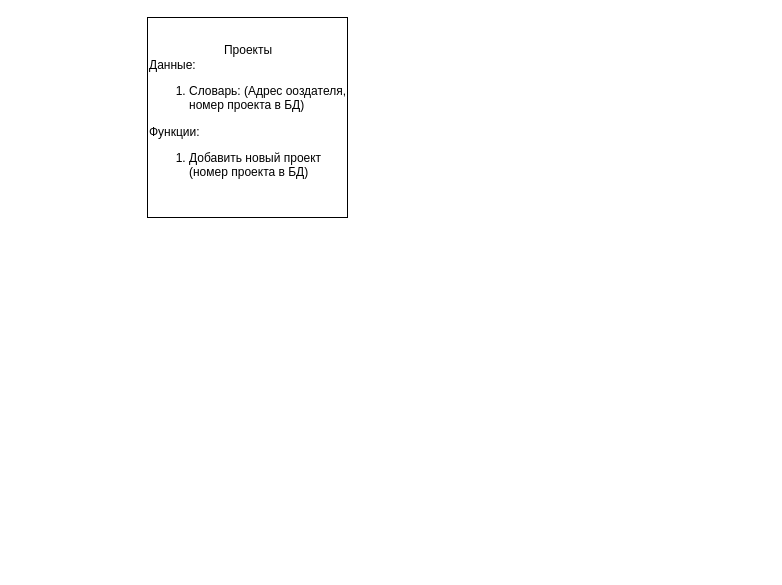
Above: Схема/СхемаСмарт-контракты.drawio in VavilonBase/blockchain_crowdfunding (draw.io), before the change. Source tidied: cells renumbered, new cells numbered last; positions are measured from the earlier drawing's top-left corner, leaving out a move shared by most shapes. Both pictures are drawn from the tidied source at 100%, with x=0, y=0 at pixel (147, 17).
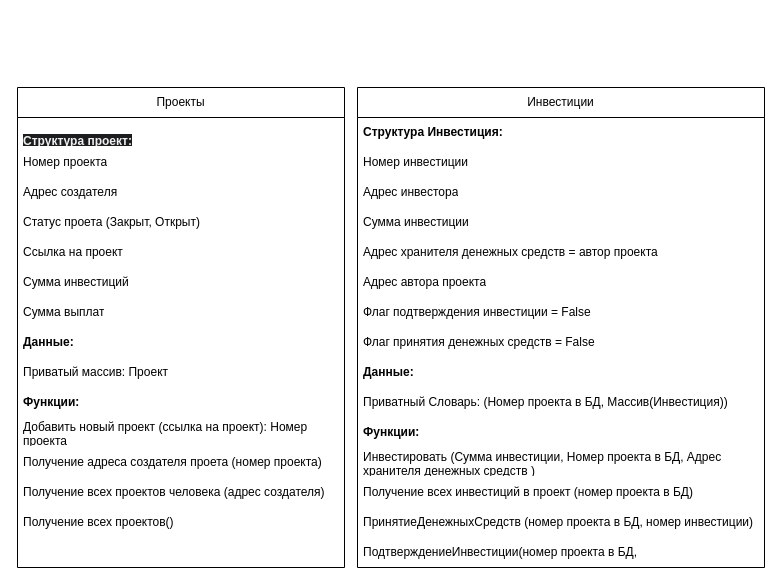
The same diagram, later.

Commit message:
Поправил схему со смарт-контрактами Добавил схему с взаимодействием

What changed in the source:
```diff
@@
-    <mxCell id="2" value="&lt;div style=&quot;text-align: center;&quot;&gt;&lt;span style=&quot;background-color: initial;&quot;&gt;Проекты&lt;/span&gt;&lt;/div&gt;&lt;div style=&quot;&quot;&gt;&lt;span style=&quot;background-color: initial;&quot;&gt;Данные:&lt;/span&gt;&lt;/div&gt;&lt;ol&gt;&lt;li&gt;Словарь: (Адрес ооздателя, номер проекта в БД)&lt;/li&gt;&lt;/ol&gt;Функции:&lt;br&gt;&lt;ol&gt;&lt;li&gt;Добавить новый проект (номер проекта в БД)&lt;/li&gt;&lt;/ol&gt;" style="whiteSpace=wrap;html=1;align=left;" parent="1" vertex="1">
-      <mxGeometry width="200" height="200" as="geometry" />
-    </mxCell>
+    <mxCell id="3" value="Проекты" style="swimlane;fontStyle=0;horizontal=1;startSize=30;whiteSpace=wrap;html=1;" parent="1" vertex="1">
+      <mxGeometry x="-130" y="70" width="327" height="480" as="geometry" />
+    </mxCell>
+    <mxCell id="4" value="&lt;br&gt;&lt;b style=&quot;border-color: rgb(0, 0, 0); color: rgb(240, 240, 240); font-family: Helvetica; font-size: 12px; font-style: normal; font-variant-ligatures: normal; font-variant-caps: normal; letter-spacing: normal; orphans: 2; text-align: left; text-indent: 0px; text-transform: none; widows: 2; word-spacing: 0px; -webkit-text-stroke-width: 0px; background-color: rgb(27, 29, 30); text-decoration-thickness: initial; text-decoration-style: initial; text-decoration-color: initial;&quot;&gt;Структура проект:&lt;/b&gt;&lt;div&gt;&lt;br/&gt;&lt;/div&gt;" style="text;strokeColor=none;fillColor=none;align=left;verticalAlign=middle;spacingLeft=4;spacingRight=4;overflow=hidden;whiteSpace=wrap;html=1;" parent="3" vertex="1">
+      <mxGeometry y="30" width="327" height="30" as="geometry" />
+    </mxCell>
+    <mxCell id="5" value="Номер проекта" style="text;strokeColor=none;fillColor=none;align=left;verticalAlign=middle;spacingLeft=4;spacingRight=4;overflow=hidden;whiteSpace=wrap;html=1;" parent="3" vertex="1">
+      <mxGeometry y="60" width="327" height="30" as="geometry" />
+    </mxCell>
+    <mxCell id="6" value="Адрес создателя" style="text;strokeColor=none;fillColor=none;align=left;verticalAlign=middle;spacingLeft=4;spacingRight=4;overflow=hidden;whiteSpace=wrap;html=1;" parent="3" vertex="1">
+      <mxGeometry y="90" width="327" height="30" as="geometry" />
+    </mxCell>
+    <mxCell id="7" value="Статус проета (Закрыт, Открыт)" style="text;strokeColor=none;fillColor=none;align=left;verticalAlign=middle;spacingLeft=4;spacingRight=4;overflow=hidden;whiteSpace=wrap;html=1;" parent="3" vertex="1">
+      <mxGeometry y="120" width="327" height="30" as="geometry" />
+    </mxCell>
+    <mxCell id="8" value="Ссылка на проект" style="text;strokeColor=none;fillColor=none;align=left;verticalAlign=middle;spacingLeft=4;spacingRight=4;overflow=hidden;whiteSpace=wrap;html=1;" parent="3" vertex="1">
+      <mxGeometry y="150" width="327" height="30" as="geometry" />
+    </mxCell>
+    <mxCell id="9" value="Сумма инвестиций" style="text;strokeColor=none;fillColor=none;align=left;verticalAlign=middle;spacingLeft=4;spacingRight=4;overflow=hidden;whiteSpace=wrap;html=1;" parent="3" vertex="1">
+      <mxGeometry y="180" width="327" height="30" as="geometry" />
+    </mxCell>
+    <mxCell id="10" value="Сумма выплат" style="text;strokeColor=none;fillColor=none;align=left;verticalAlign=middle;spacingLeft=4;spacingRight=4;overflow=hidden;whiteSpace=wrap;html=1;" parent="3" vertex="1">
+      <mxGeometry y="210" width="327" height="30" as="geometry" />
+    </mxCell>
+    <mxCell id="11" value="&lt;b&gt;Данные:&lt;/b&gt;" style="text;strokeColor=none;fillColor=none;align=left;verticalAlign=middle;spacingLeft=4;spacingRight=4;overflow=hidden;whiteSpace=wrap;html=1;" parent="3" vertex="1">
+      <mxGeometry y="240" width="327" height="30" as="geometry" />
+    </mxCell>
+    <mxCell id="12" value="Приватый массив: Проект" style="text;strokeColor=none;fillColor=none;align=left;verticalAlign=middle;spacingLeft=4;spacingRight=4;overflow=hidden;whiteSpace=wrap;html=1;" parent="3" vertex="1">
+      <mxGeometry y="270" width="327" height="30" as="geometry" />
+    </mxCell>
+    <mxCell id="13" value="&lt;b&gt;Функции:&lt;/b&gt;" style="text;strokeColor=none;fillColor=none;align=left;verticalAlign=middle;spacingLeft=4;spacingRight=4;overflow=hidden;whiteSpace=wrap;html=1;" parent="3" vertex="1">
+      <mxGeometry y="300" width="327" height="30" as="geometry" />
+    </mxCell>
+    <mxCell id="14" value="&lt;span style=&quot;background-color: initial;&quot;&gt;Добавить новый проект (ссылка на проект): Номер проекта&lt;/span&gt;" style="text;strokeColor=none;fillColor=none;align=left;verticalAlign=middle;spacingLeft=4;spacingRight=4;overflow=hidden;whiteSpace=wrap;html=1;" parent="3" vertex="1">
+      <mxGeometry y="330" width="327" height="30" as="geometry" />
+    </mxCell>
+    <mxCell id="15" value="Получение адреса создателя проета (номер проекта)" style="text;strokeColor=none;fillColor=none;align=left;verticalAlign=middle;spacingLeft=4;spacingRight=4;overflow=hidden;whiteSpace=wrap;html=1;" parent="3" vertex="1">
+      <mxGeometry y="360" width="327" height="30" as="geometry" />
+    </mxCell>
+    <mxCell id="16" value="Получение всех проектов человека (адрес создателя)" style="text;strokeColor=none;fillColor=none;align=left;verticalAlign=middle;spacingLeft=4;spacingRight=4;overflow=hidden;whiteSpace=wrap;html=1;" parent="3" vertex="1">
+      <mxGeometry y="390" width="327" height="30" as="geometry" />
+    </mxCell>
+    <mxCell id="17" value="Получение всех проектов()" style="text;strokeColor=none;fillColor=none;align=left;verticalAlign=middle;spacingLeft=4;spacingRight=4;overflow=hidden;whiteSpace=wrap;html=1;" parent="3" vertex="1">
+      <mxGeometry y="420" width="327" height="30" as="geometry" />
+    </mxCell>
+    <mxCell id="18" style="text;strokeColor=none;fillColor=none;align=left;verticalAlign=middle;spacingLeft=4;spacingRight=4;overflow=hidden;whiteSpace=wrap;html=1;" parent="3" vertex="1">
+      <mxGeometry y="450" width="327" height="30" as="geometry" />
+    </mxCell>
+    <mxCell id="19" value="Инвестиции" style="swimlane;fontStyle=0;horizontal=1;startSize=30;whiteSpace=wrap;html=1;" parent="1" vertex="1">
+      <mxGeometry x="210" y="70" width="407" height="480" as="geometry" />
+    </mxCell>
+    <mxCell id="20" value="&lt;b&gt;Структура Инвестиция:&lt;/b&gt;" style="text;strokeColor=none;fillColor=none;align=left;verticalAlign=middle;spacingLeft=4;spacingRight=4;overflow=hidden;whiteSpace=wrap;html=1;" parent="19" vertex="1">
+      <mxGeometry y="30" width="407" height="30" as="geometry" />
+    </mxCell>
+    <mxCell id="21" value="Номер инвестиции" style="text;strokeColor=none;fillColor=none;align=left;verticalAlign=middle;spacingLeft=4;spacingRight=4;overflow=hidden;whiteSpace=wrap;html=1;" parent="19" vertex="1">
+      <mxGeometry y="60" width="407" height="30" as="geometry" />
+    </mxCell>
+    <mxCell id="22" value="Адрес инвестора" style="text;strokeColor=none;fillColor=none;align=left;verticalAlign=middle;spacingLeft=4;spacingRight=4;overflow=hidden;whiteSpace=wrap;html=1;" parent="19" vertex="1">
+      <mxGeometry y="90" width="407" height="30" as="geometry" />
+    </mxCell>
+    <mxCell id="23" value="Сумма инвестиции" style="text;strokeColor=none;fillColor=none;align=left;verticalAlign=middle;spacingLeft=4;spacingRight=4;overflow=hidden;whiteSpace=wrap;html=1;" parent="19" vertex="1">
+      <mxGeometry y="120" width="407" height="30" as="geometry" />
+    </mxCell>
+    <mxCell id="24" value="Адрес хранителя денежных средств = автор проекта" style="text;strokeColor=none;fillColor=none;align=left;verticalAlign=middle;spacingLeft=4;spacingRight=4;overflow=hidden;whiteSpace=wrap;html=1;" parent="19" vertex="1">
+      <mxGeometry y="150" width="407" height="30" as="geometry" />
+    </mxCell>
+    <mxCell id="25" value="Адрес автора проекта" style="text;strokeColor=none;fillColor=none;align=left;verticalAlign=middle;spacingLeft=4;spacingRight=4;overflow=hidden;whiteSpace=wrap;html=1;" parent="19" vertex="1">
+      <mxGeometry y="180" width="407" height="30" as="geometry" />
+    </mxCell>
+    <mxCell id="26" value="Флаг подтверждения инвестиции = False" style="text;strokeColor=none;fillColor=none;align=left;verticalAlign=middle;spacingLeft=4;spacingRight=4;overflow=hidden;whiteSpace=wrap;html=1;" parent="19" vertex="1">
+      <mxGeometry y="210" width="407" height="30" as="geometry" />
+    </mxCell>
+    <mxCell id="27" value="Флаг принятия денежных средств = False" style="text;strokeColor=none;fillColor=none;align=left;verticalAlign=middle;spacingLeft=4;spacingRight=4;overflow=hidden;whiteSpace=wrap;html=1;" parent="19" vertex="1">
+      <mxGeometry y="240" width="407" height="30" as="geometry" />
+    </mxCell>
+    <mxCell id="28" value="&lt;b&gt;Данные:&lt;/b&gt;" style="text;strokeColor=none;fillColor=none;align=left;verticalAlign=middle;spacingLeft=4;spacingRight=4;overflow=hidden;whiteSpace=wrap;html=1;" parent="19" vertex="1">
+      <mxGeometry y="270" width="407" height="30" as="geometry" />
+    </mxCell>
+    <mxCell id="29" value="Приватный Словарь: (Номер проекта в БД, Массив(Инвестиция))" style="text;strokeColor=none;fillColor=none;align=left;verticalAlign=middle;spacingLeft=4;spacingRight=4;overflow=hidden;whiteSpace=wrap;html=1;" parent="19" vertex="1">
+      <mxGeometry y="300" width="407" height="30" as="geometry" />
+    </mxCell>
+    <mxCell id="30" value="&lt;b&gt;Функции:&lt;/b&gt;" style="text;strokeColor=none;fillColor=none;align=left;verticalAlign=middle;spacingLeft=4;spacingRight=4;overflow=hidden;whiteSpace=wrap;html=1;" parent="19" vertex="1">
+      <mxGeometry y="330" width="407" height="30" as="geometry" />
+    </mxCell>
+    <mxCell id="31" value="&lt;span style=&quot;background-color: initial;&quot;&gt;Инвестировать (Сумма инвестиции, Номер проекта в БД, Адрес хранителя денежных средств )&lt;/span&gt;" style="text;strokeColor=none;fillColor=none;align=left;verticalAlign=middle;spacingLeft=4;spacingRight=4;overflow=hidden;whiteSpace=wrap;html=1;" parent="19" vertex="1">
+      <mxGeometry y="360" width="407" height="30" as="geometry" />
+    </mxCell>
+    <mxCell id="32" value="Получение всех инвестиций в проект (номер проекта в БД)" style="text;strokeColor=none;fillColor=none;align=left;verticalAlign=middle;spacingLeft=4;spacingRight=4;overflow=hidden;whiteSpace=wrap;html=1;" parent="19" vertex="1">
+      <mxGeometry y="390" width="407" height="30" as="geometry" />
+    </mxCell>
+    <mxCell id="33" value="ПринятиеДенежныхСредств (номер проекта в БД, номер инвестиции)" style="text;strokeColor=none;fillColor=none;align=left;verticalAlign=middle;spacingLeft=4;spacingRight=4;overflow=hidden;whiteSpace=wrap;html=1;" parent="19" vertex="1">
+      <mxGeometry y="420" width="407" height="30" as="geometry" />
+    </mxCell>
+    <mxCell id="34" value="ПодтверждениеИнвестиции(номер проекта в БД,&amp;nbsp;" style="text;strokeColor=none;fillColor=none;align=left;verticalAlign=middle;spacingLeft=4;spacingRight=4;overflow=hidden;whiteSpace=wrap;html=1;" parent="19" vertex="1">
+      <mxGeometry y="450" width="407" height="30" as="geometry" />
+    </mxCell>
+    <mxCell id="35" style="text;strokeColor=none;fillColor=none;align=left;verticalAlign=middle;spacingLeft=4;spacingRight=4;overflow=hidden;whiteSpace=wrap;html=1;" parent="1" vertex="1">
+      <mxGeometry x="290" y="220" width="327" height="30" as="geometry" />
+    </mxCell>
```
